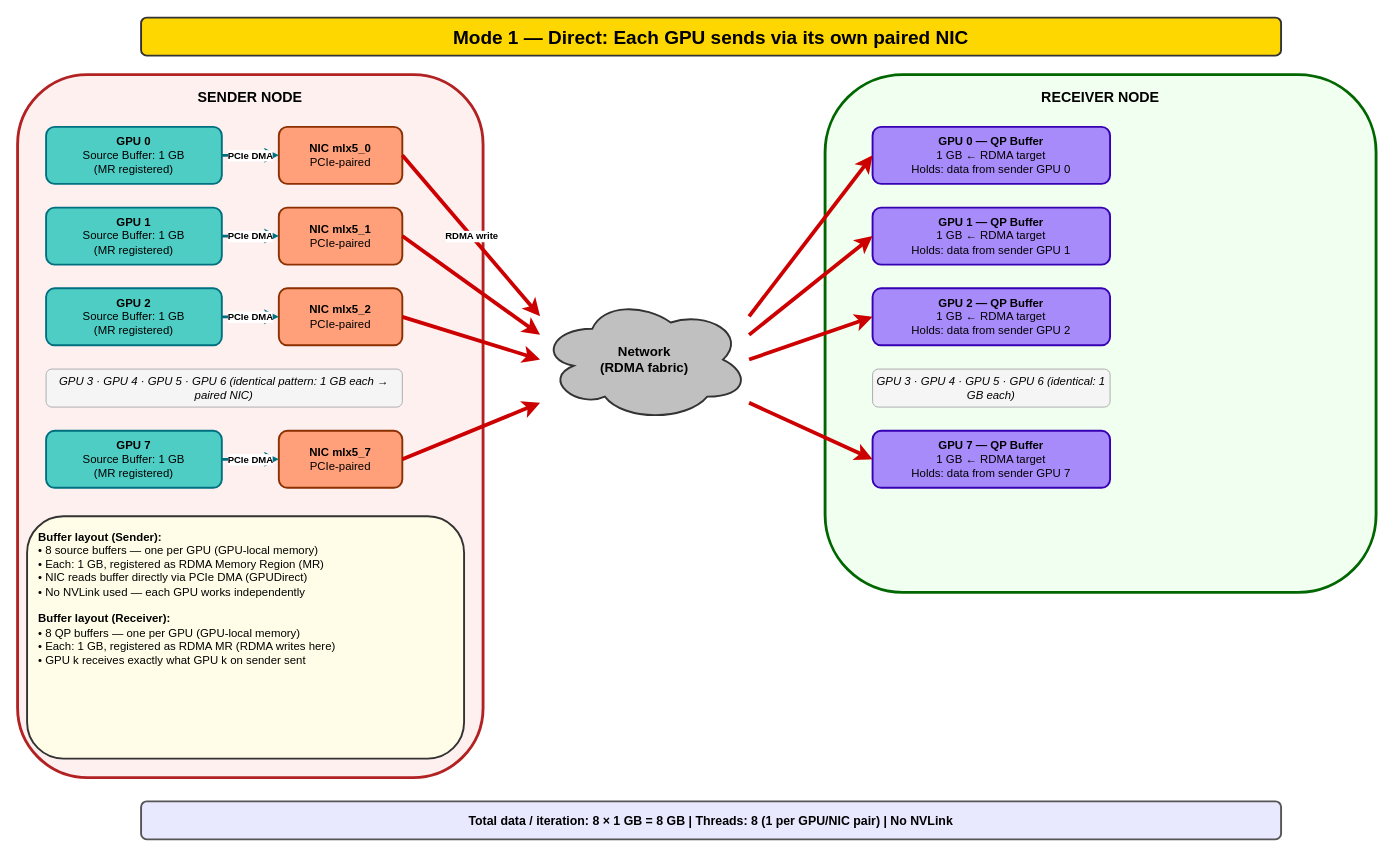
itayalroy/perftest keeps this draw.io diagram as page "1 - Direct Mode" (1 of 5) of test-docs/RDMA_Test_Architecture.drawio. Above is the earlier version. Source tidied: cells renumbered, new cells numbered last; positions are measured from the earlier drawing's top-left corner, leaving out a move shared by most shapes. Both pictures are drawn from the tidied source at 95%, with x=0, y=0 at pixel (17, 17).
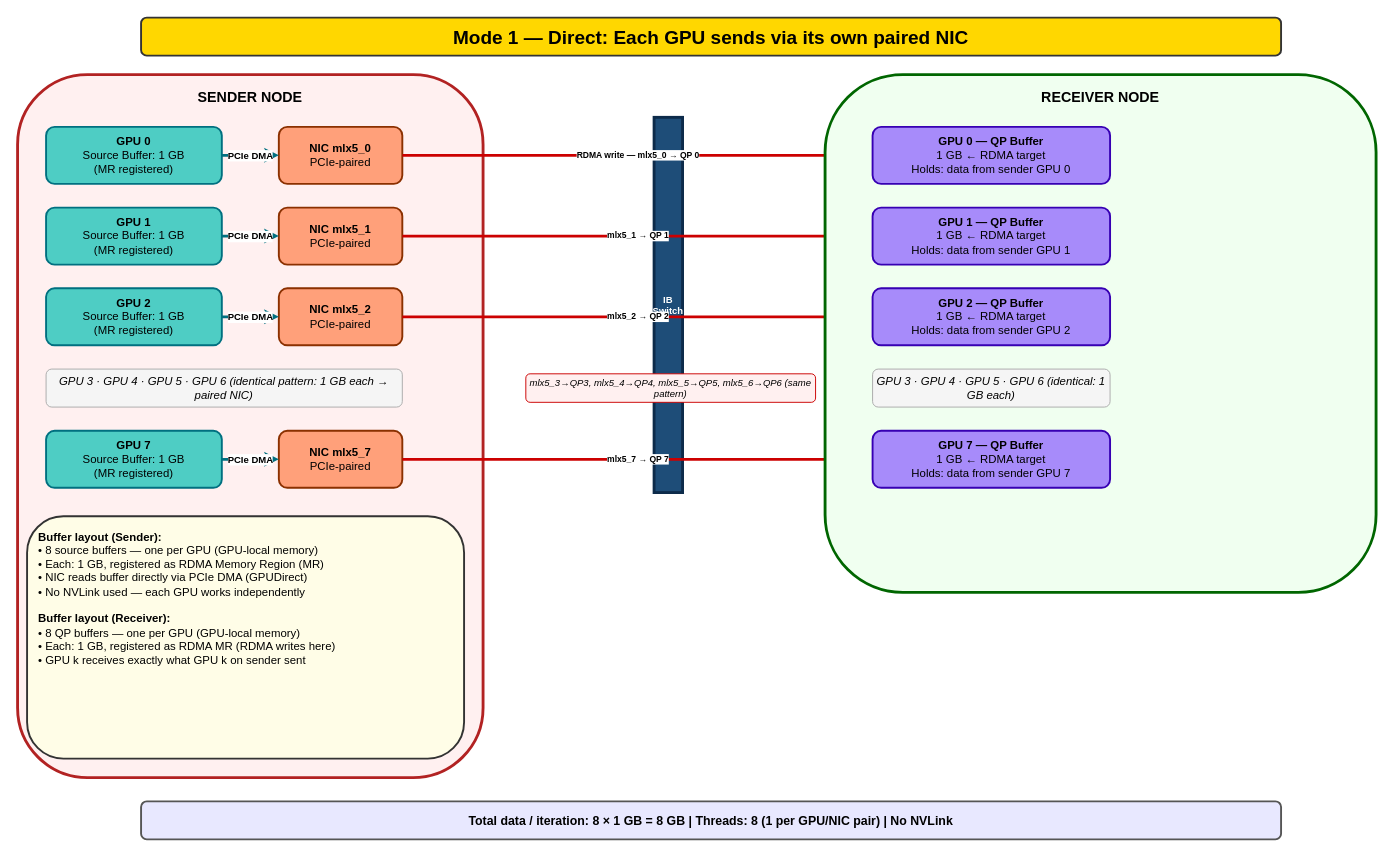
Above is the later version.

Unchanged cells that the change refers to:
```xml
<mxCell id="5" value="&lt;b&gt;NIC mlx5_0&lt;/b&gt;&lt;br&gt;PCIe-paired" style="rounded=1;whiteSpace=wrap;html=1;fillColor=#FFA07A;strokeColor=#8B3000;fontSize=12;strokeWidth=2;align=center;fontColor=#000000;" parent="1" vertex="1">
  <mxGeometry x="275" y="115" width="130" height="60" as="geometry" />
</mxCell>
<mxCell id="8" value="&lt;b&gt;NIC mlx5_1&lt;/b&gt;&lt;br&gt;PCIe-paired" style="rounded=1;whiteSpace=wrap;html=1;fillColor=#FFA07A;strokeColor=#8B3000;fontSize=12;strokeWidth=2;align=center;fontColor=#000000;" parent="1" vertex="1">
  <mxGeometry x="275" y="200" width="130" height="60" as="geometry" />
</mxCell>
<mxCell id="11" value="&lt;b&gt;NIC mlx5_2&lt;/b&gt;&lt;br&gt;PCIe-paired" style="rounded=1;whiteSpace=wrap;html=1;fillColor=#FFA07A;strokeColor=#8B3000;fontSize=12;strokeWidth=2;align=center;fontColor=#000000;" parent="1" vertex="1">
  <mxGeometry x="275" y="285" width="130" height="60" as="geometry" />
</mxCell>
<mxCell id="15" value="&lt;b&gt;NIC mlx5_7&lt;/b&gt;&lt;br&gt;PCIe-paired" style="rounded=1;whiteSpace=wrap;html=1;fillColor=#FFA07A;strokeColor=#8B3000;fontSize=12;strokeWidth=2;align=center;fontColor=#000000;" parent="1" vertex="1">
  <mxGeometry x="275" y="435" width="130" height="60" as="geometry" />
</mxCell>
<mxCell id="24" value="&lt;b&gt;GPU 0 — QP Buffer&lt;/b&gt;&lt;br&gt;1 GB  ← RDMA target&lt;br&gt;Holds: data from sender GPU 0" style="rounded=1;whiteSpace=wrap;html=1;fillColor=#A78BFA;strokeColor=#3700B3;fontSize=12;strokeWidth=2;align=center;fontColor=#000000;" parent="1" vertex="1">
  <mxGeometry x="900" y="115" width="250" height="60" as="geometry" />
</mxCell>
<mxCell id="25" value="&lt;b&gt;GPU 1 — QP Buffer&lt;/b&gt;&lt;br&gt;1 GB  ← RDMA target&lt;br&gt;Holds: data from sender GPU 1" style="rounded=1;whiteSpace=wrap;html=1;fillColor=#A78BFA;strokeColor=#3700B3;fontSize=12;strokeWidth=2;align=center;fontColor=#000000;" parent="1" vertex="1">
  <mxGeometry x="900" y="200" width="250" height="60" as="geometry" />
</mxCell>
<mxCell id="26" value="&lt;b&gt;GPU 2 — QP Buffer&lt;/b&gt;&lt;br&gt;1 GB  ← RDMA target&lt;br&gt;Holds: data from sender GPU 2" style="rounded=1;whiteSpace=wrap;html=1;fillColor=#A78BFA;strokeColor=#3700B3;fontSize=12;strokeWidth=2;align=center;fontColor=#000000;" parent="1" vertex="1">
  <mxGeometry x="900" y="285" width="250" height="60" as="geometry" />
</mxCell>
<mxCell id="28" value="&lt;b&gt;GPU 7 — QP Buffer&lt;/b&gt;&lt;br&gt;1 GB  ← RDMA target&lt;br&gt;Holds: data from sender GPU 7" style="rounded=1;whiteSpace=wrap;html=1;fillColor=#A78BFA;strokeColor=#3700B3;fontSize=12;strokeWidth=2;align=center;fontColor=#000000;" parent="1" vertex="1">
  <mxGeometry x="900" y="435" width="250" height="60" as="geometry" />
</mxCell>
```

The edit, as a diff of the source:
```diff
@@
-    <mxCell id="18" value="&lt;b&gt;Network&lt;/b&gt;&lt;br&gt;(RDMA fabric)" style="ellipse;shape=cloud;whiteSpace=wrap;html=1;fillColor=#C0C0C0;strokeColor=#333;fontSize=14;fontStyle=1;strokeWidth=2;fontColor=#000000;" parent="1" vertex="1">
-      <mxGeometry x="550" y="295" width="220" height="130" as="geometry" />
+    <mxCell id="18" value="IB Switch" style="rounded=0;whiteSpace=wrap;html=1;fillColor=#1e4d78;strokeColor=#0d2b4a;fontSize=10;fontStyle=1;strokeWidth=3;fontColor=#ffffff;verticalAlign=middle;" parent="1" vertex="1">
+      <mxGeometry x="670" y="105" width="30" height="395" as="geometry" />
     </mxCell>
-    <mxCell id="19" value="RDMA write" style="endArrow=classic;html=1;strokeWidth=4;strokeColor=#CC0000;fontSize=10;fontStyle=1;exitX=1;exitY=0.5;exitDx=0;exitDy=0;entryX=0;entryY=0.15;entryDx=0;entryDy=0;entryPerimeter=0;fontColor=#000000;" parent="1" edge="1" source="5" target="18">
+    <mxCell id="19" value="RDMA write — mlx5_0 → QP 0" style="endArrow=classic;html=1;strokeWidth=3;strokeColor=#CC0000;fontSize=9;fontStyle=1;exitX=1;exitY=0.5;exitDx=0;exitDy=0;entryX=0;entryY=0.5;entryDx=0;entryDy=0;fontColor=#000000;" parent="1" edge="1" source="5" target="24">
       <mxGeometry relative="1" as="geometry" />
     </mxCell>
-    <mxCell id="20" style="endArrow=classic;html=1;strokeWidth=4;strokeColor=#CC0000;exitX=1;exitY=0.5;exitDx=0;exitDy=0;entryX=0;entryY=0.3;entryDx=0;entryDy=0;entryPerimeter=0;fontColor=#000000;" parent="1" edge="1" source="8" target="18">
+    <mxCell id="20" value="mlx5_1 → QP 1" style="endArrow=classic;html=1;strokeWidth=3;strokeColor=#CC0000;fontSize=9;fontStyle=1;exitX=1;exitY=0.5;exitDx=0;exitDy=0;entryX=0;entryY=0.5;entryDx=0;entryDy=0;fontColor=#000000;" parent="1" edge="1" source="8" target="25">
       <mxGeometry relative="1" as="geometry" />
     </mxCell>
-    <mxCell id="21" style="endArrow=classic;html=1;strokeWidth=4;strokeColor=#CC0000;exitX=1;exitY=0.5;exitDx=0;exitDy=0;entryX=0;entryY=0.5;entryDx=0;entryDy=0;entryPerimeter=0;fontColor=#000000;" parent="1" edge="1" source="11" target="18">
+    <mxCell id="21" value="mlx5_2 → QP 2" style="endArrow=classic;html=1;strokeWidth=3;strokeColor=#CC0000;fontSize=9;fontStyle=1;exitX=1;exitY=0.5;exitDx=0;exitDy=0;entryX=0;entryY=0.5;entryDx=0;entryDy=0;fontColor=#000000;" parent="1" edge="1" source="11" target="26">
       <mxGeometry relative="1" as="geometry" />
     </mxCell>
-    <mxCell id="22" style="endArrow=classic;html=1;strokeWidth=4;strokeColor=#CC0000;exitX=1;exitY=0.5;exitDx=0;exitDy=0;entryX=0;entryY=0.85;entryDx=0;entryDy=0;entryPerimeter=0;fontColor=#000000;" parent="1" edge="1" source="15" target="18">
+    <mxCell id="22" value="mlx5_7 → QP 7" style="endArrow=classic;html=1;strokeWidth=3;strokeColor=#CC0000;fontSize=9;fontStyle=1;exitX=1;exitY=0.5;exitDx=0;exitDy=0;entryX=0;entryY=0.5;entryDx=0;entryDy=0;fontColor=#000000;" parent="1" edge="1" source="15" target="28">
       <mxGeometry relative="1" as="geometry" />
     </mxCell>
+    <mxCell id="34" value="mlx5_3→QP3, mlx5_4→QP4, mlx5_5→QP5, mlx5_6→QP6 (same pattern)" style="text;html=1;strokeColor=#CC0000;fillColor=#FFF0F0;align=center;verticalAlign=middle;whiteSpace=wrap;rounded=1;fontSize=10;fontStyle=2;strokeWidth=1;fontColor=#000000;" parent="1" vertex="1">
+      <mxGeometry x="535" y="375" width="305" height="30" as="geometry" />
+    </mxCell>
@@
-    <mxCell id="29" style="endArrow=classic;html=1;strokeWidth=4;strokeColor=#CC0000;exitX=1;exitY=0.15;exitDx=0;exitDy=0;exitPerimeter=0;entryX=0;entryY=0.5;entryDx=0;entryDy=0;fontColor=#000000;" parent="1" edge="1" source="18" target="24">
-      <mxGeometry relative="1" as="geometry" />
-    </mxCell>
-    <mxCell id="30" style="endArrow=classic;html=1;strokeWidth=4;strokeColor=#CC0000;exitX=1;exitY=0.3;exitDx=0;exitDy=0;exitPerimeter=0;entryX=0;entryY=0.5;entryDx=0;entryDy=0;fontColor=#000000;" parent="1" edge="1" source="18" target="25">
-      <mxGeometry relative="1" as="geometry" />
-    </mxCell>
-    <mxCell id="31" style="endArrow=classic;html=1;strokeWidth=4;strokeColor=#CC0000;exitX=1;exitY=0.5;exitDx=0;exitDy=0;exitPerimeter=0;entryX=0;entryY=0.5;entryDx=0;entryDy=0;fontColor=#000000;" parent="1" edge="1" source="18" target="26">
-      <mxGeometry relative="1" as="geometry" />
-    </mxCell>
-    <mxCell id="32" style="endArrow=classic;html=1;strokeWidth=4;strokeColor=#CC0000;exitX=1;exitY=0.85;exitDx=0;exitDy=0;exitPerimeter=0;entryX=0;entryY=0.5;entryDx=0;entryDy=0;fontColor=#000000;" parent="1" edge="1" source="18" target="28">
-      <mxGeometry relative="1" as="geometry" />
-    </mxCell>
```
